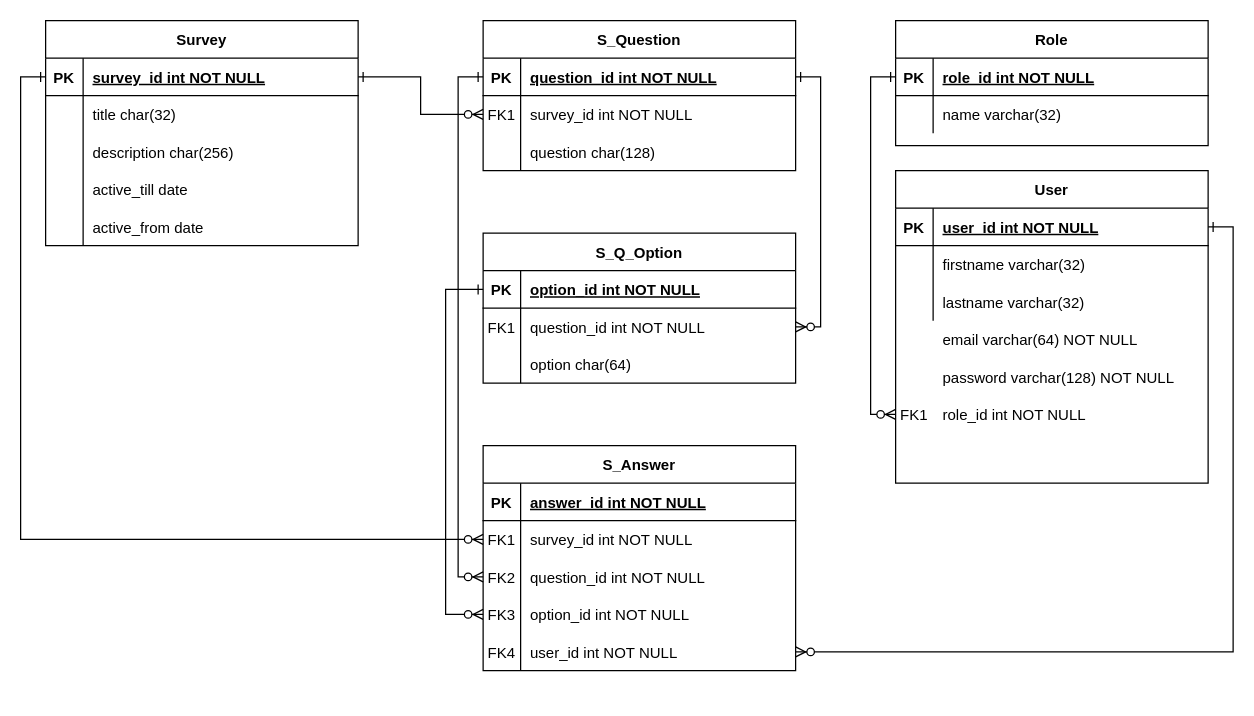
The draw.io diagram docs/erd.drawio in kondinskis/survey-api, before the edit. Source tidied: cells renumbered, new cells numbered last; positions are measured from the earlier drawing's top-left corner, leaving out a move shared by most shapes. Both pictures are drawn from the tidied source at 125%, with x=0, y=0 at pixel (45, 20).
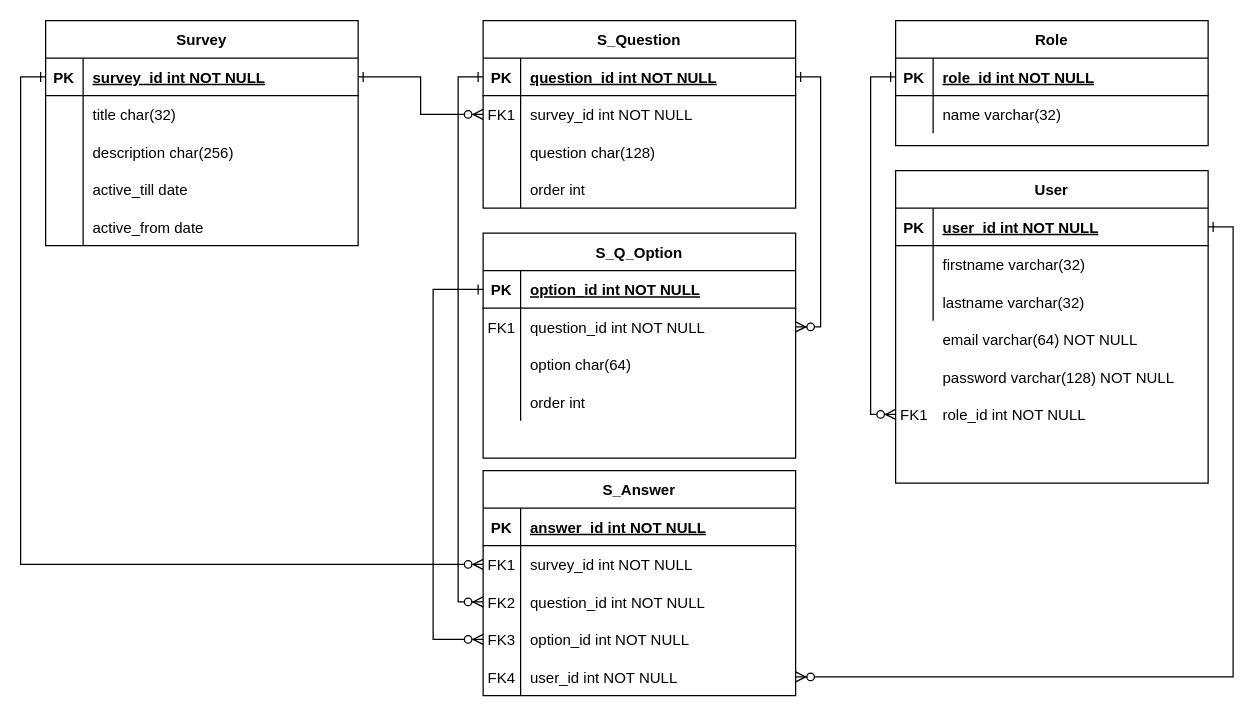
The same page after the edit.

Commit message:
adds order to question and option

Unchanged cells that the change refers to:
```xml
<mxCell id="36" style="shape=partialRectangle;fillColor=none;points=[[0,0.5],[1,0.5]];portConstraint=eastwest;top=0;left=0;right=0;bottom=1;" parent="35" vertex="1">
  <mxGeometry y="30" width="250" height="30" as="geometry" />
</mxCell>
<mxCell id="79" style="shape=partialRectangle;fillColor=none;points=[[0,0.5],[1,0.5]];portConstraint=eastwest;top=0;left=0;right=0;bottom=0;" parent="69" vertex="1">
  <mxGeometry y="120" width="250" height="30" as="geometry" />
</mxCell>
```

The edit, as a diff of the source:
```diff
@@
     <mxCell id="25" value="S_Question" style="shape=table;startSize=30;childLayout=tableLayout;rowLines=0;fontStyle=1;align=center;" parent="1" vertex="1">
-      <mxGeometry x="350" width="250" height="120" as="geometry" />
+      <mxGeometry x="350" width="250" height="150" as="geometry" />
     </mxCell>
@@
+    <mxCell id="89" style="shape=partialRectangle;fillColor=none;top=0;left=0;right=0;bottom=0;" parent="25" vertex="1">
+      <mxGeometry y="120" width="250" height="30" as="geometry" />
+    </mxCell>
+    <mxCell id="90" style="shape=partialRectangle;overflow=hidden;fillColor=none;top=0;left=0;bottom=0;right=0;" parent="89" vertex="1">
+      <mxGeometry width="30" height="30" as="geometry" />
+    </mxCell>
+    <mxCell id="91" value="order int" style="shape=partialRectangle;overflow=hidden;fillColor=none;top=0;left=0;bottom=0;right=0;align=left;spacingLeft=6;" parent="89" vertex="1">
+      <mxGeometry x="30" width="220" height="30" as="geometry" />
+    </mxCell>
     <mxCell id="35" value="S_Q_Option" style="shape=table;startSize=30;childLayout=tableLayout;rowLines=0;fontStyle=1;align=center;" parent="1" vertex="1">
-      <mxGeometry x="350" y="170" width="250" height="120" as="geometry" />
+      <mxGeometry x="350" y="170" width="250" height="180" as="geometry" />
     </mxCell>
@@
+    <mxCell id="92" style="shape=partialRectangle;fillColor=none;top=0;left=0;right=0;bottom=0;" parent="35" vertex="1">
+      <mxGeometry y="90" width="250" height="30" as="geometry" />
+    </mxCell>
+    <mxCell id="93" style="shape=partialRectangle;overflow=hidden;fillColor=none;top=0;left=0;bottom=0;right=0;" parent="92" vertex="1">
+      <mxGeometry width="30" height="30" as="geometry" />
+    </mxCell>
+    <mxCell id="94" value="option char(64)" style="shape=partialRectangle;overflow=hidden;fillColor=none;top=0;left=0;bottom=0;right=0;align=left;spacingLeft=6;" parent="92" vertex="1">
+      <mxGeometry x="30" width="220" height="30" as="geometry" />
+    </mxCell>
     <mxCell id="42" style="shape=partialRectangle;fillColor=none;top=0;left=0;right=0;bottom=0;" parent="35" vertex="1">
-      <mxGeometry y="90" width="250" height="30" as="geometry" />
+      <mxGeometry y="120" width="250" height="30" as="geometry" />
     </mxCell>
@@
-    <mxCell id="44" value="option char(64)" style="shape=partialRectangle;overflow=hidden;fillColor=none;top=0;left=0;bottom=0;right=0;align=left;spacingLeft=6;" parent="42" vertex="1">
+    <mxCell id="44" value="order int" style="shape=partialRectangle;overflow=hidden;fillColor=none;top=0;left=0;bottom=0;right=0;align=left;spacingLeft=6;" parent="42" vertex="1">
       <mxGeometry x="30" width="220" height="30" as="geometry" />
     </mxCell>
@@
     <mxCell id="69" value="S_Answer" style="shape=table;startSize=30;childLayout=tableLayout;rowLines=0;fontStyle=1;align=center;" parent="1" vertex="1">
-      <mxGeometry x="350" y="340" width="250" height="180" as="geometry" />
+      <mxGeometry x="350" y="360" width="250" height="180" as="geometry" />
     </mxCell>
@@
     <mxCell id="88" style="edgeStyle=orthogonalEdgeStyle;rounded=0;jettySize=auto;html=1;entryX=0;entryY=0.5;entryDx=0;entryDy=0;startArrow=ERzeroToMany;startFill=1;endArrow=ERone;endFill=0;" parent="1" edge="1" source="79" target="36">
       <mxGeometry relative="1" as="geometry">
         <Array as="points">
-          <mxPoint x="320" y="475" />
-          <mxPoint x="320" y="215" />
+          <mxPoint x="310" y="495" />
+          <mxPoint x="310" y="215" />
         </Array>
       </mxGeometry>
     </mxCell>
```
